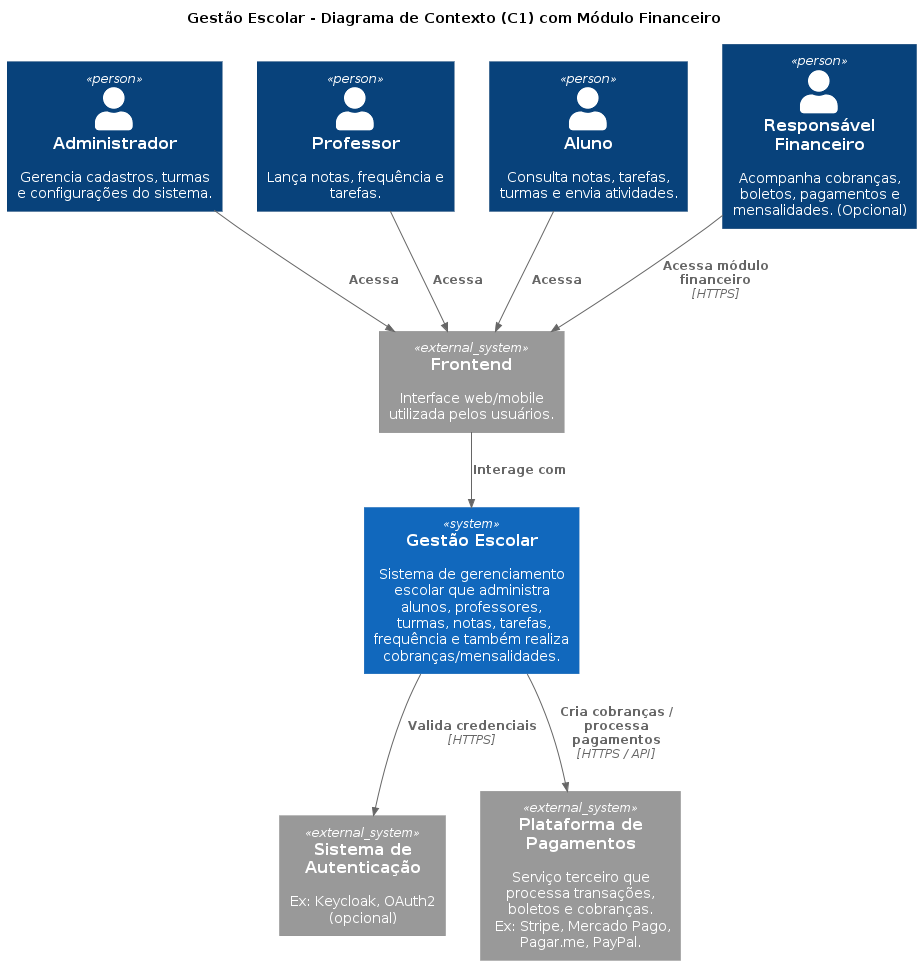
Before: docs/diagramas/images/diagrama_contexto.png, a diagram exported from PlantUML (Framks/gestao_escolar_api).
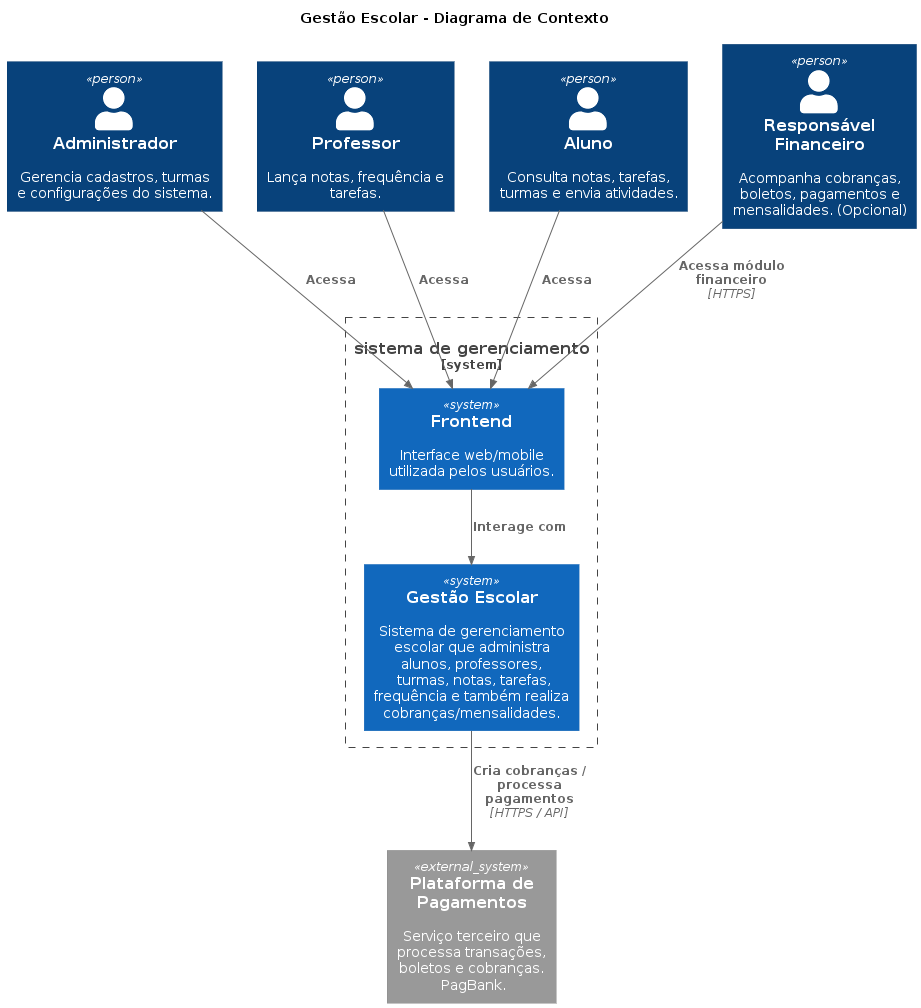
After the change.

The edit, as a diff of the source:
```diff
@@ -1,7 +1,7 @@
 @startuml
 !includeurl https://raw.githubusercontent.com/plantuml-stdlib/C4-PlantUML/master/C4_Context.puml
 
-title Gestão Escolar - Diagrama de Contexto (C1) com Módulo Financeiro
+title Gestão Escolar - Diagrama de Contexto
 
 Person(admin, "Administrador",  "Gerencia cadastros, turmas e configurações do sistema.")
 Person(prof, "Professor",  "Lança notas, frequência e tarefas.")
@@ -9,12 +9,12 @@
 
 Person(resp_fin, "Responsável Financeiro", "Acompanha cobranças, boletos, pagamentos e mensalidades. (Opcional)")
 
-System(sistema, "Gestão Escolar",   "Sistema de gerenciamento escolar que administra alunos, professores,\n turmas, notas, tarefas, frequência e também realiza cobranças/mensalidades.")
+System_Boundary(sis, "sistema de gerenciamento"){
+    System(frontend, "Frontend", "Interface web/mobile utilizada pelos usuários.")
+    System(sistema, "Gestão Escolar",   "Sistema de gerenciamento escolar que administra alunos, professores,\n turmas, notas, tarefas, frequência e também realiza cobranças/mensalidades.")
+}
 
-System_Ext(frontend, "Frontend", "Interface web/mobile utilizada pelos usuários.")
-System_Ext(autenticacao, "Sistema de Autenticação",  "Ex: Keycloak, OAuth2 (opcional)")
-System_Ext(pagamentos, "Plataforma de Pagamentos",  "Serviço terceiro que processa transações, boletos e cobranças.\n Ex: Stripe, Mercado Pago, Pagar.me, PayPal.")
-
+System_Ext(pagamentos, "Plataforma de Pagamentos",  "Serviço terceiro que processa transações, boletos e cobranças.\n PagBank.")
 
 Rel(admin, frontend, "Acessa")
 Rel(prof, frontend, "Acessa")
@@ -23,7 +23,6 @@
 
 Rel(frontend, sistema, "Interage com")
 
-Rel(sistema, autenticacao, "Valida credenciais", "HTTPS")
 Rel(sistema, pagamentos, "Cria cobranças / processa pagamentos", "HTTPS / API")
 
 @enduml
```
